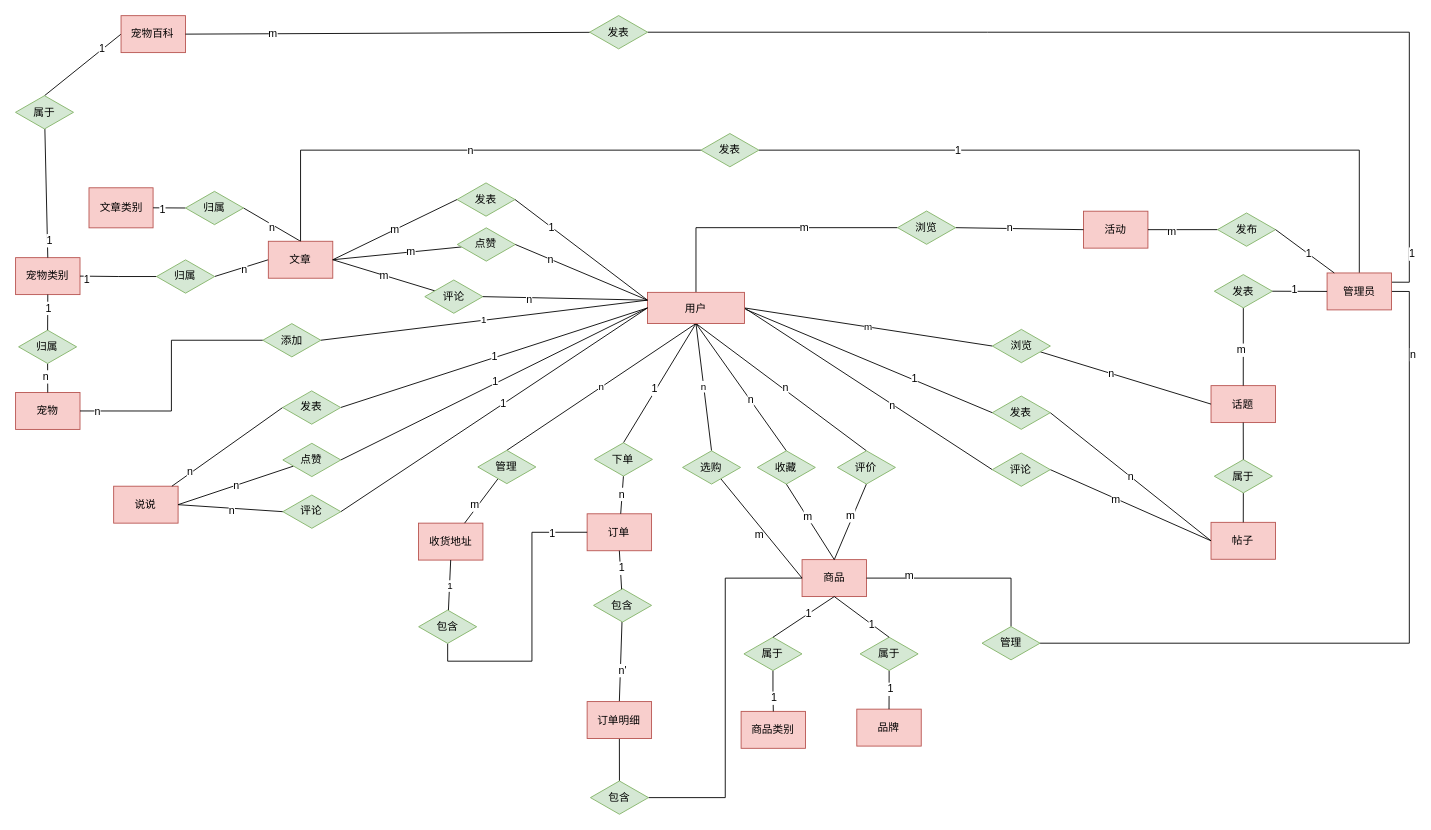
The draw.io diagram pet/ER/ER图总图.drawio in JMHello/draw, before the edit. Source tidied: cells renumbered, new cells numbered last; positions are measured from the earlier drawing's top-left corner, leaving out a move shared by most shapes. Both pictures are drawn from the tidied source at 89%, with x=0, y=0 at pixel (15, 15).
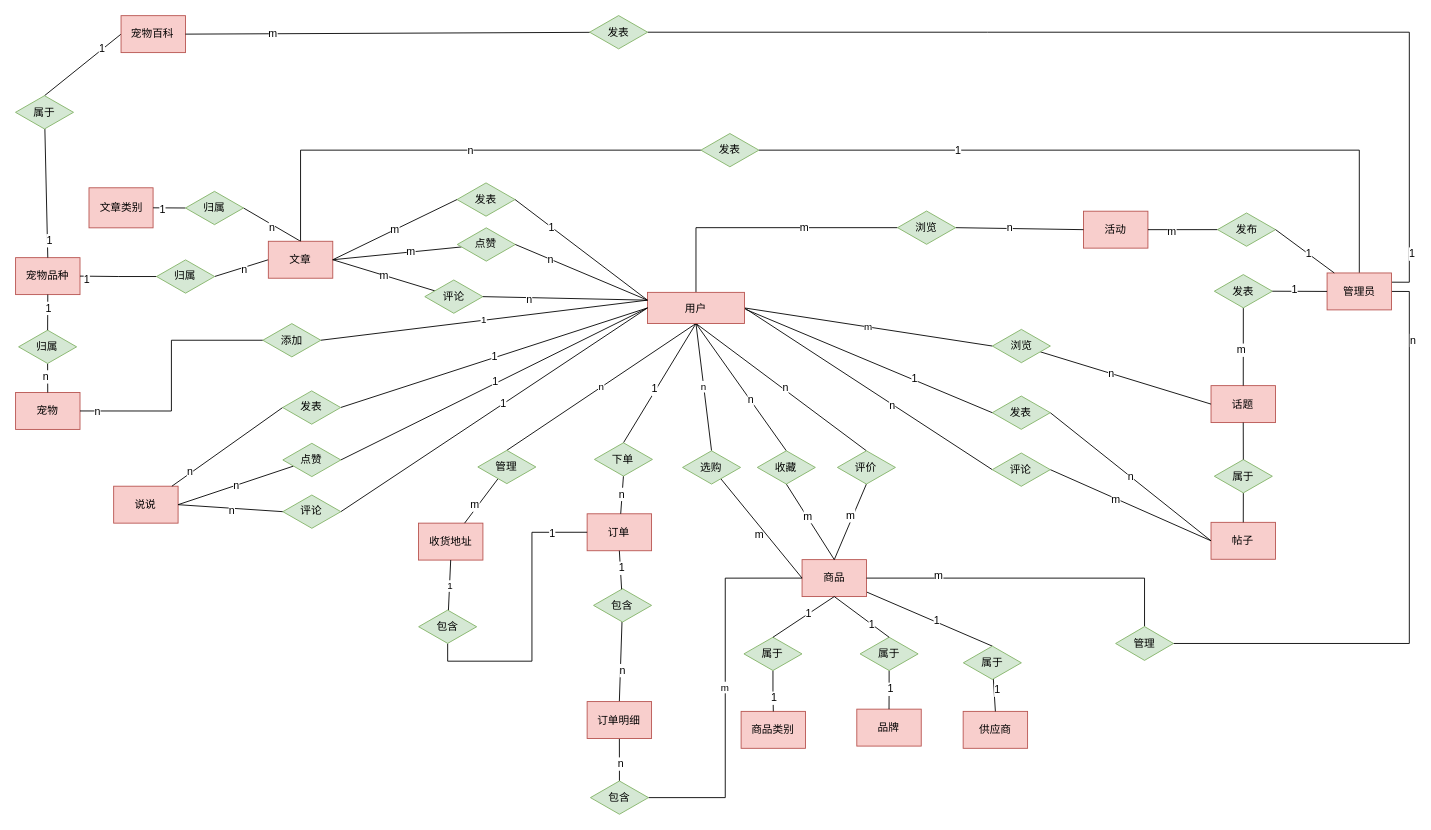
Above is the later version.

The change refers to these unchanged cells:
```xml
<mxCell id="71" style="group;" parent="1" vertex="1">
  <mxGeometry y="272" width="72.4" height="193" as="geometry" />
</mxCell>
<mxCell id="99" value="商品" style="rounded=0;whiteSpace=wrap;html=1;fillColor=#f8cecc;strokeColor=#b85450;fontSize=12;" parent="1" vertex="1">
  <mxGeometry x="883.7" y="611.3" width="72.4" height="41.5" as="geometry" />
</mxCell>
<mxCell id="115" style="edgeStyle=none;rounded=0;jettySize=auto;html=1;entryX=0.5;entryY=0;entryDx=0;entryDy=0;endArrow=none;endFill=0;" parent="1" edge="1" source="117" target="139">
  <mxGeometry relative="1" as="geometry" />
</mxCell>
<mxCell id="136" style="edgeStyle=none;rounded=0;jettySize=auto;html=1;entryX=0.5;entryY=0;entryDx=0;entryDy=0;endArrow=none;endFill=0;" parent="1" edge="1" source="139" target="141">
  <mxGeometry relative="1" as="geometry" />
</mxCell>
<mxCell id="141" value="包含" style="rhombus;whiteSpace=wrap;html=1;fontSize=12;fillColor=#d5e8d4;strokeColor=#82b366;" parent="1" vertex="1">
  <mxGeometry x="645.9" y="860" width="65.2" height="37.4" as="geometry" />
</mxCell>
```

Diff of the diagram source:
```diff
@@
-    <mxCell id="72" value="宠物类别" style="rounded=0;whiteSpace=wrap;html=1;fillColor=#f8cecc;strokeColor=#b85450;fontSize=12;" parent="71" vertex="1">
+    <mxCell id="72" value="宠物品种" style="rounded=0;whiteSpace=wrap;html=1;fillColor=#f8cecc;strokeColor=#b85450;fontSize=12;" parent="71" vertex="1">
       <mxGeometry width="72.4" height="41.5" as="geometry" />
     </mxCell>
@@
+    <mxCell id="162" style="edgeStyle=none;rounded=0;jettySize=auto;html=1;endArrow=none;endFill=0;entryX=0.5;entryY=0;entryDx=0;entryDy=0;" parent="1" edge="1" source="99" target="168">
+      <mxGeometry relative="1" as="geometry" />
+    </mxCell>
+    <mxCell id="163" value="1" style="text;html=1;align=center;verticalAlign=middle;labelBackgroundColor=#ffffff;" parent="162" vertex="1">
+      <mxGeometry x="0.09" y="2" relative="1" as="geometry" />
+    </mxCell>
@@
-    <mxCell id="116" value="n'" style="text;html=1;align=center;verticalAlign=middle;labelBackgroundColor=#ffffff;" parent="115" vertex="1">
+    <mxCell id="116" value="n" style="text;html=1;align=center;verticalAlign=middle;labelBackgroundColor=#ffffff;" parent="115" vertex="1">
       <mxGeometry x="0.2" y="2" relative="1" as="geometry" />
     </mxCell>
@@
     <mxCell id="128" value="管理" style="rhombus;whiteSpace=wrap;html=1;fontSize=12;fillColor=#d5e8d4;strokeColor=#82b366;" parent="1" vertex="1">
-      <mxGeometry x="1085.9" y="686.5" width="65.2" height="37.4" as="geometry" />
+      <mxGeometry x="1236" y="686.5" width="65" height="38" as="geometry" />
     </mxCell>
@@
+    <mxCell id="164" value="n" style="text;html=1;align=center;verticalAlign=middle;labelBackgroundColor=#ffffff;" parent="136" vertex="1">
+      <mxGeometry x="0.16" y="1" relative="1" as="geometry" />
+    </mxCell>
@@
-    <mxCell id="140" style="edgeStyle=orthogonalEdgeStyle;rounded=0;jettySize=auto;html=1;endArrow=none;endFill=0;entryX=0;entryY=0.5;entryDx=0;entryDy=0;exitX=1;exitY=0.5;exitDx=0;exitDy=0;" parent="1" edge="1" source="141" target="99">
+    <mxCell id="140" value="m" style="edgeStyle=orthogonalEdgeStyle;rounded=0;jettySize=auto;html=1;endArrow=none;endFill=0;entryX=0;entryY=0.5;entryDx=0;entryDy=0;exitX=1;exitY=0.5;exitDx=0;exitDy=0;" parent="1" edge="1" source="141" target="99">
       <mxGeometry relative="1" as="geometry" />
     </mxCell>
@@
+    <mxCell id="165" value="供应商" style="rounded=0;whiteSpace=wrap;html=1;fillColor=#f8cecc;strokeColor=#b85450;fontSize=12;" parent="1" vertex="1">
+      <mxGeometry x="1064.7" y="781.8" width="72.4" height="41.5" as="geometry" />
+    </mxCell>
+    <mxCell id="166" style="edgeStyle=none;rounded=0;jettySize=auto;html=1;entryX=0.5;entryY=0;entryDx=0;entryDy=0;endArrow=none;endFill=0;" parent="1" edge="1" source="168" target="165">
+      <mxGeometry relative="1" as="geometry" />
+    </mxCell>
+    <mxCell id="167" value="1" style="text;html=1;align=center;verticalAlign=middle;labelBackgroundColor=#ffffff;" parent="166" vertex="1">
+      <mxGeometry x="-0.35" y="3" relative="1" as="geometry" />
+    </mxCell>
+    <mxCell id="168" value="属于" style="rhombus;whiteSpace=wrap;html=1;fontSize=12;fillColor=#d5e8d4;strokeColor=#82b366;" parent="1" vertex="1">
+      <mxGeometry x="1064.9" y="708.5" width="65.2" height="37.4" as="geometry" />
+    </mxCell>
```
